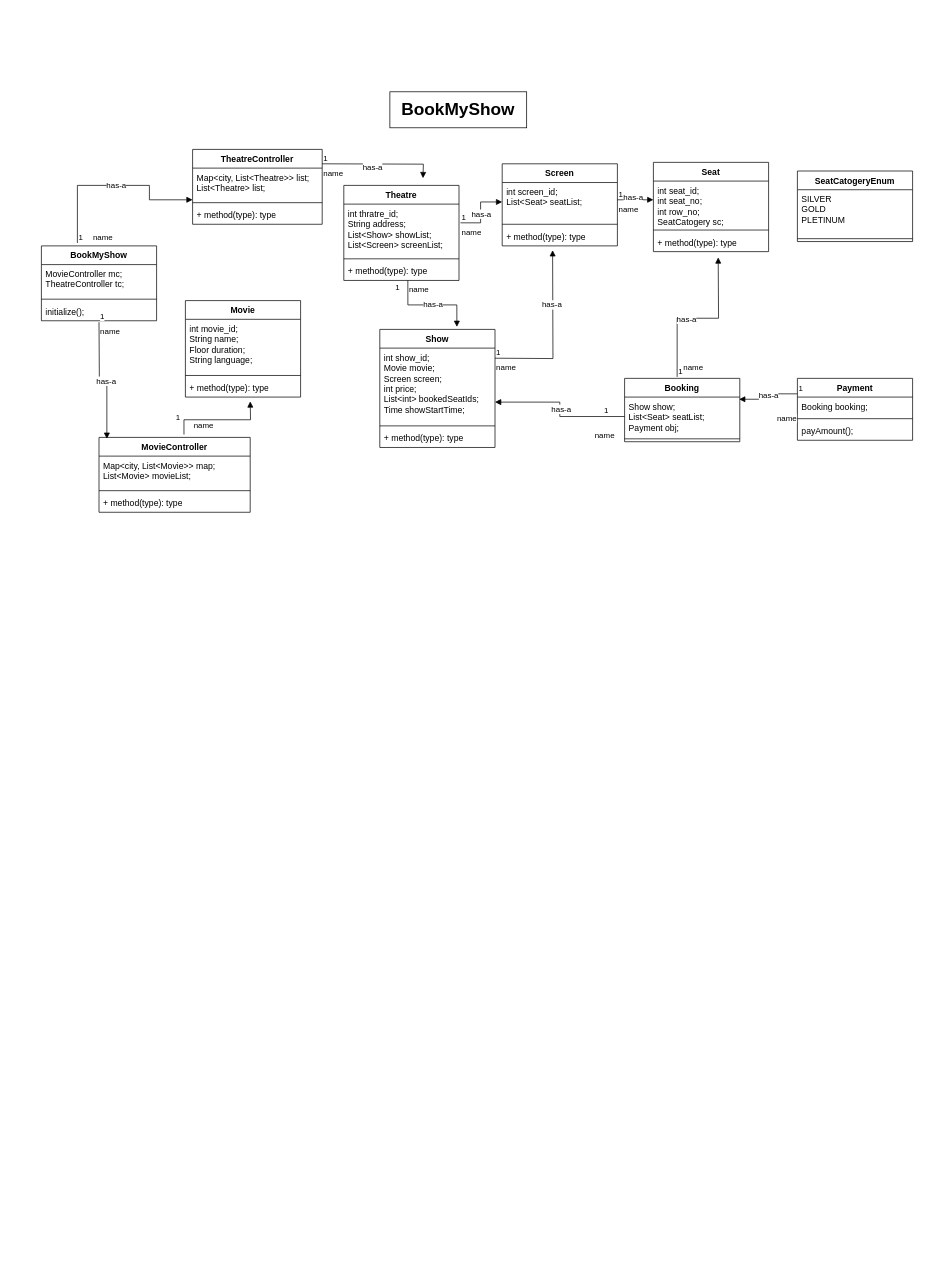
aryan113/UML-diagram keeps this draw.io diagram as page "BookMyShow" (3 of 11) of Untitled Diagram.drawio. Above is the earlier version. Source tidied: cells renumbered, new cells numbered last; positions are measured from the earlier drawing's top-left corner, leaving out a move shared by most shapes. Both pictures are drawn from the tidied source at 72%, with x=0, y=0 at pixel (41, 91).
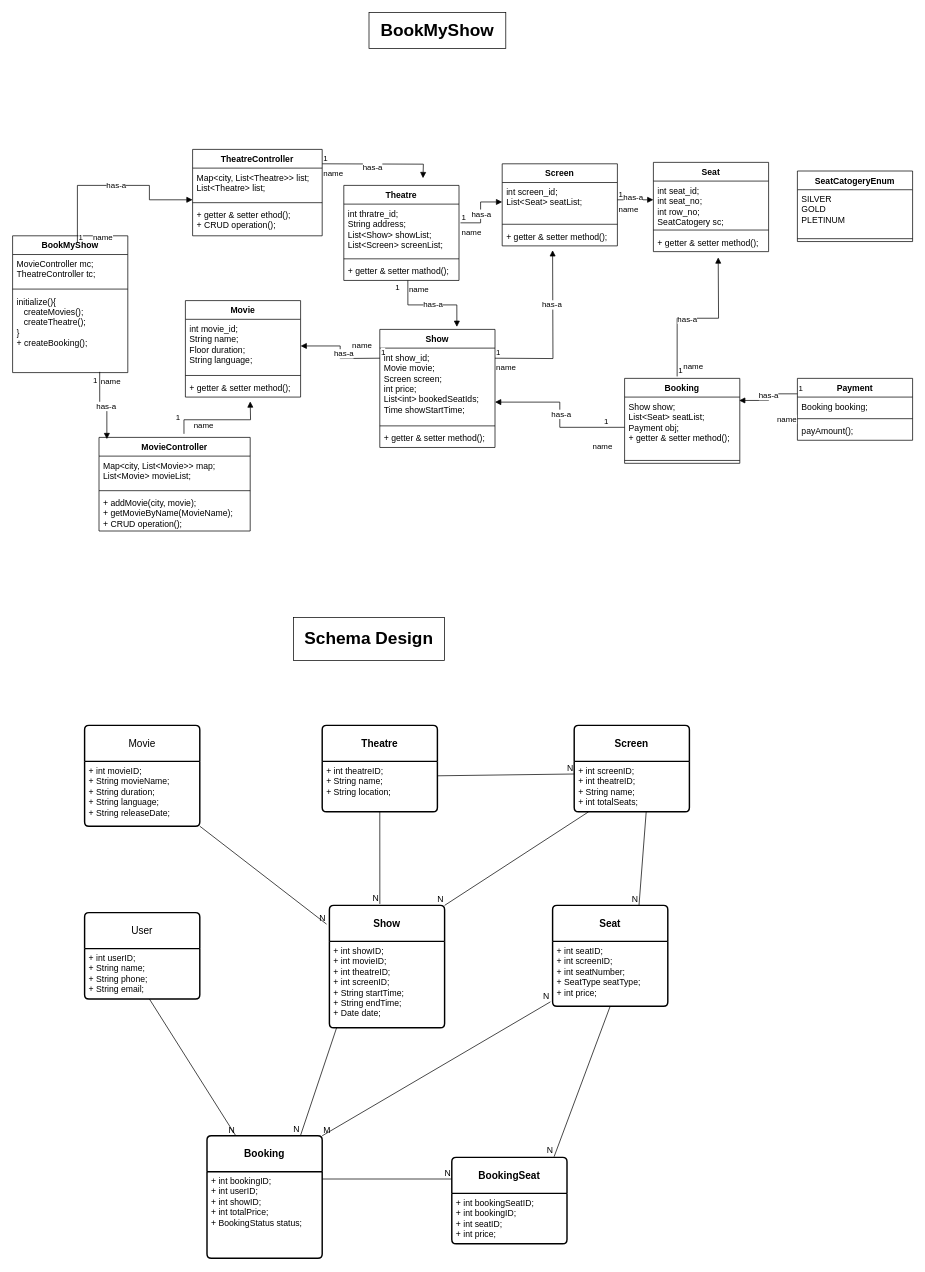
The same page after the edit.

Unchanged cells that the change refers to:
```xml
<mxCell id="2" value="Movie" style="swimlane;fontStyle=1;align=center;verticalAlign=top;horizontal=1;startSize=26;whiteSpace=wrap;html=1;" parent="1" vertex="1">
  <mxGeometry x="200" y="290" width="160" height="134" as="geometry" />
</mxCell>
<mxCell id="3" value="int movie_id;&lt;div&gt;String name;&lt;/div&gt;&lt;div&gt;Floor duration;&lt;/div&gt;&lt;div&gt;String language;&lt;/div&gt;" style="text;strokeColor=none;fillColor=none;align=left;verticalAlign=top;spacingLeft=4;spacingRight=4;overflow=hidden;points=[[0,0.5],[1,0.5]];portConstraint=eastwest;whiteSpace=wrap;html=1;" parent="2" vertex="1">
  <mxGeometry y="26" width="160" height="74" as="geometry" />
</mxCell>
<mxCell id="10" value="Theatre" style="swimlane;fontStyle=1;align=center;verticalAlign=top;horizontal=1;startSize=26;whiteSpace=wrap;html=1;" parent="1" vertex="1">
  <mxGeometry x="420" y="130" width="160" height="132" as="geometry" />
</mxCell>
<mxCell id="14" value="Screen" style="swimlane;fontStyle=1;align=center;verticalAlign=top;horizontal=1;startSize=26;whiteSpace=wrap;html=1;" parent="1" vertex="1">
  <mxGeometry x="640" y="100" width="160" height="114" as="geometry" />
</mxCell>
<mxCell id="18" value="Show" style="swimlane;fontStyle=1;align=center;verticalAlign=top;horizontal=1;startSize=26;whiteSpace=wrap;html=1;" parent="1" vertex="1">
  <mxGeometry x="470" y="330" width="160" height="164" as="geometry" />
</mxCell>
<mxCell id="37" value="Seat" style="swimlane;fontStyle=1;align=center;verticalAlign=top;horizontal=1;startSize=26;whiteSpace=wrap;html=1;" parent="1" vertex="1">
  <mxGeometry x="850" y="98" width="160" height="124" as="geometry" />
</mxCell>
```

The edit, as a diff of the source:
```diff
@@
-    <mxCell id="5" value="+ method(type): type" style="text;strokeColor=none;fillColor=none;align=left;verticalAlign=top;spacingLeft=4;spacingRight=4;overflow=hidden;whiteSpace=wrap;html=1;" parent="2" vertex="1">
+    <mxCell id="5" value="+ getter &amp;amp; setter method();" style="text;strokeColor=none;fillColor=none;align=left;verticalAlign=top;spacingLeft=4;spacingRight=4;overflow=hidden;whiteSpace=wrap;html=1;" parent="2" vertex="1">
       <mxGeometry y="108" width="160" height="26" as="geometry" />
     </mxCell>
     <mxCell id="6" value="MovieController" style="swimlane;fontStyle=1;align=center;verticalAlign=top;horizontal=1;startSize=26;whiteSpace=wrap;html=1;" parent="1" vertex="1">
-      <mxGeometry x="80" y="480" width="210" height="104" as="geometry" />
+      <mxGeometry x="80" y="480" width="210" height="130" as="geometry" />
     </mxCell>
@@
-    <mxCell id="9" value="+ method(type): type" style="text;strokeColor=none;fillColor=none;align=left;verticalAlign=top;spacingLeft=4;spacingRight=4;overflow=hidden;whiteSpace=wrap;html=1;" parent="6" vertex="1">
-      <mxGeometry y="78" width="210" height="26" as="geometry" />
+    <mxCell id="9" value="+ addMovie(city, movie);&lt;div&gt;+ getMovieByName(MovieName);&lt;/div&gt;&lt;div&gt;+ CRUD operation();&lt;/div&gt;" style="text;strokeColor=none;fillColor=none;align=left;verticalAlign=top;spacingLeft=4;spacingRight=4;overflow=hidden;whiteSpace=wrap;html=1;" parent="6" vertex="1">
+      <mxGeometry y="78" width="210" height="52" as="geometry" />
     </mxCell>
@@
-    <mxCell id="13" value="+ method(type): type" style="text;strokeColor=none;fillColor=none;align=left;verticalAlign=top;spacingLeft=4;spacingRight=4;overflow=hidden;points=[[0,0.5],[1,0.5]];portConstraint=eastwest;whiteSpace=wrap;html=1;" parent="10" vertex="1">
+    <mxCell id="13" value="+ getter &amp;amp; setter mathod();" style="text;strokeColor=none;fillColor=none;align=left;verticalAlign=top;spacingLeft=4;spacingRight=4;overflow=hidden;points=[[0,0.5],[1,0.5]];portConstraint=eastwest;whiteSpace=wrap;html=1;" parent="10" vertex="1">
       <mxGeometry y="106" width="160" height="26" as="geometry" />
     </mxCell>
@@
-    <mxCell id="17" value="+ method(type): type" style="text;strokeColor=none;fillColor=none;align=left;verticalAlign=top;spacingLeft=4;spacingRight=4;overflow=hidden;whiteSpace=wrap;html=1;" parent="14" vertex="1">
+    <mxCell id="17" value="+ getter &amp;amp; setter method();" style="text;strokeColor=none;fillColor=none;align=left;verticalAlign=top;spacingLeft=4;spacingRight=4;overflow=hidden;whiteSpace=wrap;html=1;" parent="14" vertex="1">
       <mxGeometry y="88" width="160" height="26" as="geometry" />
     </mxCell>
@@
+    <mxCell id="77" value="name" style="endArrow=block;endFill=1;html=1;edgeStyle=orthogonalEdgeStyle;align=left;verticalAlign=top;rounded=0;entryX=1;entryY=0.5;entryDx=0;entryDy=0;" parent="18" edge="1" target="3">
+      <mxGeometry x="0.14" y="-20" relative="1" as="geometry">
+        <mxPoint y="40" as="sourcePoint" />
+        <mxPoint x="15" y="7" as="offset" />
+      </mxGeometry>
+    </mxCell>
+    <mxCell id="78" value="1" style="edgeLabel;html=1;align=left;verticalAlign=bottom;" parent="77" vertex="1">
+      <mxGeometry x="-1" relative="1" as="geometry" />
+    </mxCell>
+    <mxCell id="79" value="has-a" style="edgeLabel;html=1;align=center;verticalAlign=middle;" parent="77" vertex="1">
+      <mxGeometry x="-0.02" y="-4" relative="1" as="geometry" />
+    </mxCell>
@@
-    <mxCell id="21" value="+ method(type): type" style="text;strokeColor=none;fillColor=none;align=left;verticalAlign=top;spacingLeft=4;spacingRight=4;overflow=hidden;whiteSpace=wrap;html=1;" parent="18" vertex="1">
+    <mxCell id="21" value="+ getter &amp;amp; setter method();" style="text;strokeColor=none;fillColor=none;align=left;verticalAlign=top;spacingLeft=4;spacingRight=4;overflow=hidden;whiteSpace=wrap;html=1;" parent="18" vertex="1">
       <mxGeometry y="138" width="160" height="26" as="geometry" />
     </mxCell>
@@
     <mxCell id="24" value="TheatreController" style="swimlane;fontStyle=1;align=center;verticalAlign=top;horizontal=1;startSize=26;whiteSpace=wrap;html=1;" parent="1" vertex="1">
-      <mxGeometry x="210" y="80" width="180" height="104" as="geometry" />
+      <mxGeometry x="210" y="80" width="180" height="120" as="geometry" />
     </mxCell>
@@
-    <mxCell id="27" value="+ method(type): type" style="text;strokeColor=none;fillColor=none;align=left;verticalAlign=top;spacingLeft=4;spacingRight=4;overflow=hidden;whiteSpace=wrap;html=1;" parent="24" vertex="1">
-      <mxGeometry y="78" width="180" height="26" as="geometry" />
+    <mxCell id="27" value="+ getter &amp;amp; setter ethod();&lt;div&gt;+ CRUD operation();&lt;/div&gt;" style="text;strokeColor=none;fillColor=none;align=left;verticalAlign=top;spacingLeft=4;spacingRight=4;overflow=hidden;whiteSpace=wrap;html=1;" parent="24" vertex="1">
+      <mxGeometry y="78" width="180" height="42" as="geometry" />
     </mxCell>
@@
-    <mxCell id="40" value="+ method(type): type" style="text;strokeColor=none;fillColor=none;align=left;verticalAlign=top;spacingLeft=4;spacingRight=4;overflow=hidden;whiteSpace=wrap;html=1;" parent="37" vertex="1">
+    <mxCell id="40" value="+ getter &amp;amp; setter method();" style="text;strokeColor=none;fillColor=none;align=left;verticalAlign=top;spacingLeft=4;spacingRight=4;overflow=hidden;whiteSpace=wrap;html=1;" parent="37" vertex="1">
       <mxGeometry y="98" width="160" height="26" as="geometry" />
     </mxCell>
@@
     <mxCell id="50" value="Booking" style="swimlane;fontStyle=1;align=center;verticalAlign=top;horizontal=1;startSize=26;whiteSpace=wrap;html=1;" parent="1" vertex="1">
-      <mxGeometry x="810" y="398" width="160" height="88" as="geometry" />
+      <mxGeometry x="810" y="398" width="160" height="118" as="geometry" />
     </mxCell>
-    <mxCell id="51" value="Show show;&lt;div&gt;List&amp;lt;Seat&amp;gt; seatList;&lt;/div&gt;&lt;div&gt;Payment obj;&lt;/div&gt;" style="text;strokeColor=none;fillColor=none;align=left;verticalAlign=top;spacingLeft=4;spacingRight=4;overflow=hidden;points=[[0,0.5],[1,0.5]];portConstraint=eastwest;whiteSpace=wrap;html=1;" parent="50" vertex="1">
-      <mxGeometry y="26" width="160" height="54" as="geometry" />
+    <mxCell id="51" value="Show show;&lt;div&gt;List&amp;lt;Seat&amp;gt; seatList;&lt;/div&gt;&lt;div&gt;Payment obj;&lt;/div&gt;&lt;div&gt;+ getter &amp;amp; setter method();&lt;/div&gt;" style="text;strokeColor=none;fillColor=none;align=left;verticalAlign=top;spacingLeft=4;spacingRight=4;overflow=hidden;points=[[0,0.5],[1,0.5]];portConstraint=eastwest;whiteSpace=wrap;html=1;" parent="50" vertex="1">
+      <mxGeometry y="26" width="160" height="84" as="geometry" />
     </mxCell>
     <mxCell id="52" style="line;strokeWidth=1;fillColor=none;align=left;verticalAlign=middle;spacingTop=-1;spacingLeft=3;spacingRight=3;labelPosition=right;strokeColor=inherit;" parent="50" vertex="1">
-      <mxGeometry y="80" width="160" height="8" as="geometry" />
+      <mxGeometry y="110" width="160" height="8" as="geometry" />
     </mxCell>
@@
     <mxCell id="59" value="BookMyShow" style="swimlane;fontStyle=1;align=center;verticalAlign=top;horizontal=1;startSize=26;whiteSpace=wrap;html=1;" parent="1" vertex="1">
-      <mxGeometry y="214" width="160" height="104" as="geometry" />
+      <mxGeometry x="-40" y="200" width="160" height="190" as="geometry" />
     </mxCell>
@@
-    <mxCell id="62" value="initialize();" style="text;strokeColor=none;fillColor=none;align=left;verticalAlign=top;spacingLeft=4;spacingRight=4;overflow=hidden;points=[[0,0.5],[1,0.5]];portConstraint=eastwest;whiteSpace=wrap;html=1;" parent="59" vertex="1">
-      <mxGeometry y="78" width="160" height="26" as="geometry" />
+    <mxCell id="62" value="initialize(){&lt;div&gt;&amp;nbsp; &amp;nbsp;createMovies();&lt;/div&gt;&lt;div&gt;&amp;nbsp; &amp;nbsp;createTheatre();&lt;/div&gt;&lt;div&gt;}&lt;/div&gt;&lt;div&gt;+ createBooking();&lt;/div&gt;" style="text;strokeColor=none;fillColor=none;align=left;verticalAlign=top;spacingLeft=4;spacingRight=4;overflow=hidden;points=[[0,0.5],[1,0.5]];portConstraint=eastwest;whiteSpace=wrap;html=1;" parent="59" vertex="1">
+      <mxGeometry y="78" width="160" height="112" as="geometry" />
     </mxCell>
@@
-    <mxCell id="70" value="name" style="endArrow=block;endFill=1;html=1;edgeStyle=orthogonalEdgeStyle;align=left;verticalAlign=top;rounded=0;entryX=0.052;entryY=0.019;entryDx=0;entryDy=0;entryPerimeter=0;" parent="1" edge="1" target="6">
-      <mxGeometry x="-1" relative="1" as="geometry">
-        <mxPoint x="80" y="320" as="sourcePoint" />
-      </mxGeometry>
+    <mxCell id="70" value="name" style="endArrow=block;endFill=1;html=1;edgeStyle=orthogonalEdgeStyle;align=left;verticalAlign=top;rounded=0;entryX=0.052;entryY=0.019;entryDx=0;entryDy=0;entryPerimeter=0;exitX=0.756;exitY=0.991;exitDx=0;exitDy=0;exitPerimeter=0;" parent="1" edge="1" source="62" target="6">
+      <mxGeometry x="-1" relative="1" as="geometry" />
     </mxCell>
     <mxCell id="71" value="1" style="edgeLabel;html=1;align=left;verticalAlign=bottom;" parent="70" vertex="1">
-      <mxGeometry x="-1" relative="1" as="geometry" />
+      <mxGeometry x="-1" relative="1" as="geometry">
+        <mxPoint x="-11" y="20" as="offset" />
+      </mxGeometry>
     </mxCell>
@@
     <mxCell id="76" value="&lt;b&gt;&lt;font style=&quot;font-size: 24px;&quot;&gt;BookMyShow&lt;/font&gt;&lt;/b&gt;" style="html=1;whiteSpace=wrap;" parent="1" vertex="1">
-      <mxGeometry x="484" width="190" height="50" as="geometry" />
+      <mxGeometry x="455" y="-110" width="190" height="50" as="geometry" />
     </mxCell>
+    <mxCell id="80" value="&lt;b&gt;&lt;font style=&quot;font-size: 24px;&quot;&gt;Schema Design&lt;/font&gt;&lt;/b&gt;" style="html=1;whiteSpace=wrap;" parent="1" vertex="1">
+      <mxGeometry x="350" y="730" width="210" height="60" as="geometry" />
+    </mxCell>
+    <mxCell id="81" value="Movie" style="swimlane;horizontal=1;startSize=50;rounded=1;fontSize=14;fontStyle=0;strokeWidth=2;shadow=0;dashed=0;align=center;arcSize=4;whiteSpace=wrap;html=1;" parent="1" vertex="1">
+      <mxGeometry x="60" y="880" width="160" height="140" as="geometry" />
+    </mxCell>
+    <mxCell id="82" value="+ int movieID;&lt;div&gt;+ String movieName;&lt;/div&gt;&lt;div&gt;+ String duration;&lt;/div&gt;&lt;div&gt;+ String language;&lt;/div&gt;&lt;div&gt;+ String releaseDate;&lt;/div&gt;" style="align=left;strokeColor=none;fillColor=none;spacingLeft=4;fontSize=12;verticalAlign=top;html=1;" parent="81" vertex="1">
+      <mxGeometry y="50" width="160" height="90" as="geometry" />
+    </mxCell>
+    <mxCell id="83" style="endArrow=none;html=1;rounded=0;entryX=-0.025;entryY=0.153;entryDx=0;entryDy=0;entryPerimeter=0;" parent="81" edge="1" target="89">
+      <mxGeometry relative="1" as="geometry">
+        <mxPoint x="160" y="140" as="sourcePoint" />
+      </mxGeometry>
+    </mxCell>
+    <mxCell id="84" value="N" style="html=1;whiteSpace=wrap;align=right;verticalAlign=bottom;" parent="83" vertex="1">
+      <mxGeometry x="1" relative="1" as="geometry" />
+    </mxCell>
+    <mxCell id="85" value="&lt;b&gt;Theatre&lt;/b&gt;" style="swimlane;horizontal=1;startSize=50;rounded=1;fontSize=14;fontStyle=0;strokeWidth=2;shadow=0;dashed=0;align=center;arcSize=4;whiteSpace=wrap;html=1;" parent="1" vertex="1">
+      <mxGeometry x="390" y="880" width="160" height="120" as="geometry" />
+    </mxCell>
+    <mxCell id="86" value="+ int theatreID;&lt;div&gt;+ String name;&lt;br&gt;&lt;div&gt;+ String location;&lt;/div&gt;&lt;div&gt;&lt;br&gt;&lt;/div&gt;&lt;/div&gt;" style="align=left;strokeColor=none;fillColor=none;spacingLeft=4;fontSize=12;verticalAlign=top;html=1;" parent="85" vertex="1">
+      <mxGeometry y="50" width="160" height="70" as="geometry" />
+    </mxCell>
+    <mxCell id="87" value="&lt;b&gt;Screen&lt;/b&gt;" style="swimlane;horizontal=1;startSize=50;rounded=1;fontSize=14;fontStyle=0;strokeWidth=2;shadow=0;dashed=0;align=center;arcSize=4;whiteSpace=wrap;html=1;" parent="1" vertex="1">
+      <mxGeometry x="740" y="880" width="160" height="120" as="geometry" />
+    </mxCell>
+    <mxCell id="88" value="+ int screenID;&lt;div&gt;+ int theatreID;&lt;/div&gt;&lt;div&gt;+ String name;&lt;/div&gt;&lt;div&gt;+ int totalSeats;&lt;/div&gt;" style="align=left;strokeColor=none;fillColor=none;spacingLeft=4;fontSize=12;verticalAlign=top;html=1;" parent="87" vertex="1">
+      <mxGeometry y="50" width="160" height="70" as="geometry" />
+    </mxCell>
+    <mxCell id="89" value="&lt;b&gt;Show&lt;/b&gt;" style="swimlane;horizontal=1;startSize=50;rounded=1;fontSize=14;fontStyle=0;strokeWidth=2;shadow=0;dashed=0;align=center;arcSize=4;whiteSpace=wrap;html=1;" parent="1" vertex="1">
+      <mxGeometry x="400" y="1130" width="160" height="170" as="geometry" />
+    </mxCell>
+    <mxCell id="90" value="+ int showID;&lt;div&gt;+ int movieID;&lt;/div&gt;&lt;div&gt;+ int theatreID;&lt;/div&gt;&lt;div&gt;+ int screenID;&lt;/div&gt;&lt;div&gt;+ String startTime;&lt;/div&gt;&lt;div&gt;+ String endTime;&lt;/div&gt;&lt;div&gt;+ Date date;&lt;/div&gt;&lt;div&gt;&lt;br&gt;&lt;/div&gt;" style="align=left;strokeColor=none;fillColor=none;spacingLeft=4;fontSize=12;verticalAlign=top;html=1;" parent="89" vertex="1">
+      <mxGeometry y="50" width="160" height="120" as="geometry" />
+    </mxCell>
+    <mxCell id="91" style="edgeStyle=orthogonalEdgeStyle;rounded=0;orthogonalLoop=1;jettySize=auto;html=1;exitX=0.5;exitY=1;exitDx=0;exitDy=0;" parent="89" edge="1" source="90" target="90">
+      <mxGeometry relative="1" as="geometry" />
+    </mxCell>
+    <mxCell id="92" value="&lt;b&gt;Seat&lt;/b&gt;" style="swimlane;horizontal=1;startSize=50;rounded=1;fontSize=14;fontStyle=0;strokeWidth=2;shadow=0;dashed=0;align=center;arcSize=4;whiteSpace=wrap;html=1;" parent="1" vertex="1">
+      <mxGeometry x="710" y="1130" width="160" height="140" as="geometry" />
+    </mxCell>
+    <mxCell id="93" value="+ int seatID;&lt;div&gt;+ int screenID;&lt;/div&gt;&lt;div&gt;+ int seatNumber;&lt;/div&gt;&lt;div&gt;+ SeatType seatType;&lt;/div&gt;&lt;div&gt;+ int price;&lt;/div&gt;" style="align=left;strokeColor=none;fillColor=none;spacingLeft=4;fontSize=12;verticalAlign=top;html=1;" parent="92" vertex="1">
+      <mxGeometry y="50" width="160" height="90" as="geometry" />
+    </mxCell>
+    <mxCell id="94" value="User" style="swimlane;horizontal=1;startSize=50;rounded=1;fontSize=14;fontStyle=0;strokeWidth=2;shadow=0;dashed=0;align=center;arcSize=4;whiteSpace=wrap;html=1;" parent="1" vertex="1">
+      <mxGeometry x="60" y="1140" width="160" height="120" as="geometry" />
+    </mxCell>
+    <mxCell id="95" value="+ int userID;&lt;div&gt;+ String name;&lt;/div&gt;&lt;div&gt;+ String phone;&lt;/div&gt;&lt;div&gt;+ String email;&lt;/div&gt;" style="align=left;strokeColor=none;fillColor=none;spacingLeft=4;fontSize=12;verticalAlign=top;html=1;" parent="94" vertex="1">
+      <mxGeometry y="50" width="160" height="70" as="geometry" />
+    </mxCell>
+    <mxCell id="96" value="&lt;b&gt;Booking&lt;/b&gt;" style="swimlane;horizontal=1;startSize=50;rounded=1;fontSize=14;fontStyle=0;strokeWidth=2;shadow=0;dashed=0;align=center;arcSize=4;whiteSpace=wrap;html=1;" parent="1" vertex="1">
+      <mxGeometry x="230" y="1450" width="160" height="170" as="geometry" />
+    </mxCell>
+    <mxCell id="97" value="+ int bookingID;&lt;div&gt;+ int userID;&lt;/div&gt;&lt;div&gt;+ int showID;&lt;/div&gt;&lt;div&gt;+ int totalPrice;&lt;/div&gt;&lt;div&gt;+ BookingStatus status;&lt;/div&gt;&lt;div&gt;&lt;br&gt;&lt;/div&gt;" style="align=left;strokeColor=none;fillColor=none;spacingLeft=4;fontSize=12;verticalAlign=top;html=1;" parent="96" vertex="1">
+      <mxGeometry y="50" width="160" height="120" as="geometry" />
+    </mxCell>
+    <mxCell id="98" value="&lt;b&gt;BookingSeat&lt;/b&gt;" style="swimlane;horizontal=1;startSize=50;rounded=1;fontSize=14;fontStyle=0;strokeWidth=2;shadow=0;dashed=0;align=center;arcSize=4;whiteSpace=wrap;html=1;" parent="1" vertex="1">
+      <mxGeometry x="570" y="1480" width="160" height="120" as="geometry" />
+    </mxCell>
+    <mxCell id="99" value="+ int bookingSeatID;&lt;div&gt;+ int bookingID;&lt;/div&gt;&lt;div&gt;+ int seatID;&lt;/div&gt;&lt;div&gt;+ int price;&lt;/div&gt;" style="align=left;strokeColor=none;fillColor=none;spacingLeft=4;fontSize=12;verticalAlign=top;html=1;" parent="98" vertex="1">
+      <mxGeometry y="50" width="160" height="70" as="geometry" />
+    </mxCell>
+    <mxCell id="100" style="endArrow=none;html=1;rounded=0;entryX=0;entryY=0.25;entryDx=0;entryDy=0;" parent="1" edge="1" target="88">
+      <mxGeometry relative="1" as="geometry">
+        <mxPoint x="550" y="950" as="sourcePoint" />
+      </mxGeometry>
+    </mxCell>
+    <mxCell id="101" value="N" style="html=1;whiteSpace=wrap;align=right;verticalAlign=bottom;" parent="100" vertex="1">
+      <mxGeometry x="1" relative="1" as="geometry" />
+    </mxCell>
+    <mxCell id="102" style="endArrow=none;html=1;rounded=0;entryX=0.438;entryY=-0.012;entryDx=0;entryDy=0;entryPerimeter=0;" parent="1" edge="1" target="89">
+      <mxGeometry relative="1" as="geometry">
+        <mxPoint x="470" y="1000" as="sourcePoint" />
+      </mxGeometry>
+    </mxCell>
+    <mxCell id="103" value="N" style="html=1;whiteSpace=wrap;align=right;verticalAlign=bottom;" parent="102" vertex="1">
+      <mxGeometry x="1" relative="1" as="geometry" />
+    </mxCell>
+    <mxCell id="104" style="endArrow=none;html=1;rounded=0;entryX=1;entryY=0;entryDx=0;entryDy=0;" parent="1" edge="1" target="89">
+      <mxGeometry relative="1" as="geometry">
+        <mxPoint x="760" y="1000" as="sourcePoint" />
+      </mxGeometry>
+    </mxCell>
+    <mxCell id="105" value="N" style="html=1;whiteSpace=wrap;align=right;verticalAlign=bottom;" parent="104" vertex="1">
+      <mxGeometry x="1" relative="1" as="geometry" />
+    </mxCell>
+    <mxCell id="106" style="endArrow=none;html=1;rounded=0;entryX=0.75;entryY=0;entryDx=0;entryDy=0;" parent="1" edge="1" target="92">
+      <mxGeometry relative="1" as="geometry">
+        <mxPoint x="840" y="1000" as="sourcePoint" />
+      </mxGeometry>
+    </mxCell>
+    <mxCell id="107" value="N" style="html=1;whiteSpace=wrap;align=right;verticalAlign=bottom;" parent="106" vertex="1">
+      <mxGeometry x="1" relative="1" as="geometry" />
+    </mxCell>
+    <mxCell id="108" style="endArrow=none;html=1;rounded=0;entryX=0.25;entryY=0;entryDx=0;entryDy=0;" parent="1" edge="1" target="96">
+      <mxGeometry relative="1" as="geometry">
+        <mxPoint x="150" y="1260" as="sourcePoint" />
+      </mxGeometry>
+    </mxCell>
+    <mxCell id="109" value="N" style="html=1;whiteSpace=wrap;align=right;verticalAlign=bottom;" parent="108" vertex="1">
+      <mxGeometry x="1" relative="1" as="geometry" />
+    </mxCell>
+    <mxCell id="110" style="endArrow=none;html=1;rounded=0;entryX=0.813;entryY=-0.006;entryDx=0;entryDy=0;entryPerimeter=0;" parent="1" edge="1" target="96">
+      <mxGeometry relative="1" as="geometry">
+        <mxPoint x="410" y="1300" as="sourcePoint" />
+      </mxGeometry>
+    </mxCell>
+    <mxCell id="111" value="N" style="html=1;whiteSpace=wrap;align=right;verticalAlign=bottom;" parent="110" vertex="1">
+      <mxGeometry x="1" relative="1" as="geometry" />
+    </mxCell>
+    <mxCell id="112" style="endArrow=none;html=1;rounded=0;entryX=-0.019;entryY=0.933;entryDx=0;entryDy=0;entryPerimeter=0;" parent="1" edge="1" target="93">
+      <mxGeometry relative="1" as="geometry">
+        <mxPoint x="390" y="1450" as="sourcePoint" />
+      </mxGeometry>
+    </mxCell>
+    <mxCell id="113" value="M" style="html=1;whiteSpace=wrap;align=left;verticalAlign=bottom;" parent="112" vertex="1">
+      <mxGeometry x="-1" relative="1" as="geometry" />
+    </mxCell>
+    <mxCell id="114" value="N" style="html=1;whiteSpace=wrap;align=right;verticalAlign=bottom;" parent="112" vertex="1">
+      <mxGeometry x="1" relative="1" as="geometry" />
+    </mxCell>
+    <mxCell id="115" style="endArrow=none;html=1;rounded=0;entryX=0;entryY=0.25;entryDx=0;entryDy=0;" parent="1" edge="1" target="98">
+      <mxGeometry relative="1" as="geometry">
+        <mxPoint x="390" y="1510" as="sourcePoint" />
+      </mxGeometry>
+    </mxCell>
+    <mxCell id="116" value="N" style="html=1;whiteSpace=wrap;align=right;verticalAlign=bottom;" parent="115" vertex="1">
+      <mxGeometry x="1" relative="1" as="geometry" />
+    </mxCell>
+    <mxCell id="117" style="endArrow=none;html=1;rounded=0;entryX=0.888;entryY=-0.008;entryDx=0;entryDy=0;entryPerimeter=0;" parent="1" edge="1" target="98">
+      <mxGeometry relative="1" as="geometry">
+        <mxPoint x="790" y="1270" as="sourcePoint" />
+      </mxGeometry>
+    </mxCell>
+    <mxCell id="118" value="N" style="html=1;whiteSpace=wrap;align=right;verticalAlign=bottom;" parent="117" vertex="1">
+      <mxGeometry x="1" relative="1" as="geometry" />
+    </mxCell>
```
